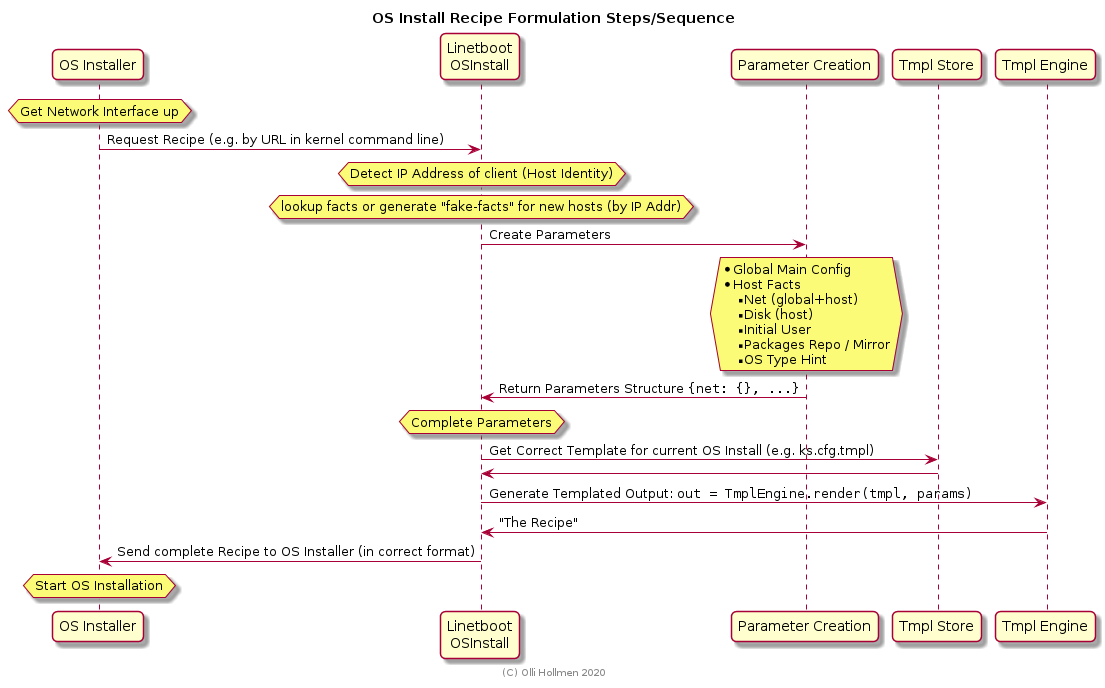
Earlier version of the PlantUML export doc/recipegen.png (ohollmen/linetboot). Its diagram source:
```plantuml
@startuml
skinparam roundcorner 10
title OS Install Recipe Formulation Steps/Sequence

participant "OS Installer" as Client
participant "Linetboot\nOSInstall" as HTTP
participant "Parameter Creation" as Para
participant "Tmpl Store" as TS

participant "Tmpl Engine" as TE

hnote over Client: Get Network Interface up

Client -> HTTP: Request Recipe (e.g. by URL in kernel command line)

hnote over HTTP: Detect IP Address of client (Host Identity)
hnote over HTTP: lookup facts or generate "fake-facts" for new hosts (by IP Addr)

HTTP -> Para: Create Parameters

hnote over Para
* Global Main Config
* Host Facts
** Net (global+host)
** Disk (host)
** Initial User
** Packages Repo / Mirror
** OS Type Hint
end hnote
HTTP <- Para: Return Parameters Structure ""{net: {}, ...}""

hnote over HTTP: Complete Parameters

HTTP -> TS: Get Correct Template for current OS Install (e.g. ks.cfg.tmpl)
HTTP <- TS:

HTTP -> TE: Generate Templated Output: ""out = TmplEngine.render(tmpl, params)""
HTTP <- TE: "The Recipe"

Client <- HTTP: Send complete Recipe to OS Installer (in correct format)

hnote over Client: Start OS Installation

footer (C) Olli Hollmen 2020
@enduml
```
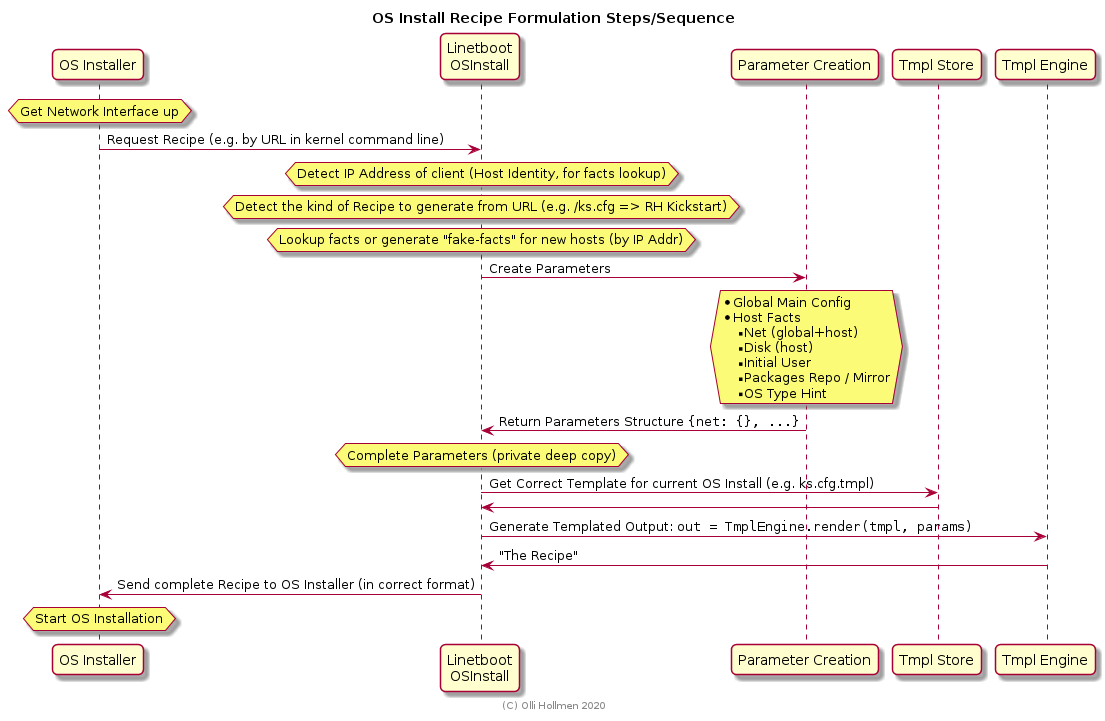
The same file after the commit.

Commit message:
New recipe sequence graph.

Change to the diagram source:
```diff
@@ -13,8 +13,9 @@
 
 Client -> HTTP: Request Recipe (e.g. by URL in kernel command line)
 
-hnote over HTTP: Detect IP Address of client (Host Identity)
-hnote over HTTP: lookup facts or generate "fake-facts" for new hosts (by IP Addr)
+hnote over HTTP: Detect IP Address of client (Host Identity, for facts lookup)
+hnote over HTTP: Detect the kind of Recipe to generate from URL (e.g. /ks.cfg => RH Kickstart)
+hnote over HTTP: Lookup facts or generate "fake-facts" for new hosts (by IP Addr)
 
 HTTP -> Para: Create Parameters
 
@@ -29,7 +30,7 @@
 end hnote
 HTTP <- Para: Return Parameters Structure ""{net: {}, ...}""
 
-hnote over HTTP: Complete Parameters
+hnote over HTTP: Complete Parameters (private deep copy)
 
 HTTP -> TS: Get Correct Template for current OS Install (e.g. ks.cfg.tmpl)
 HTTP <- TS:
```
